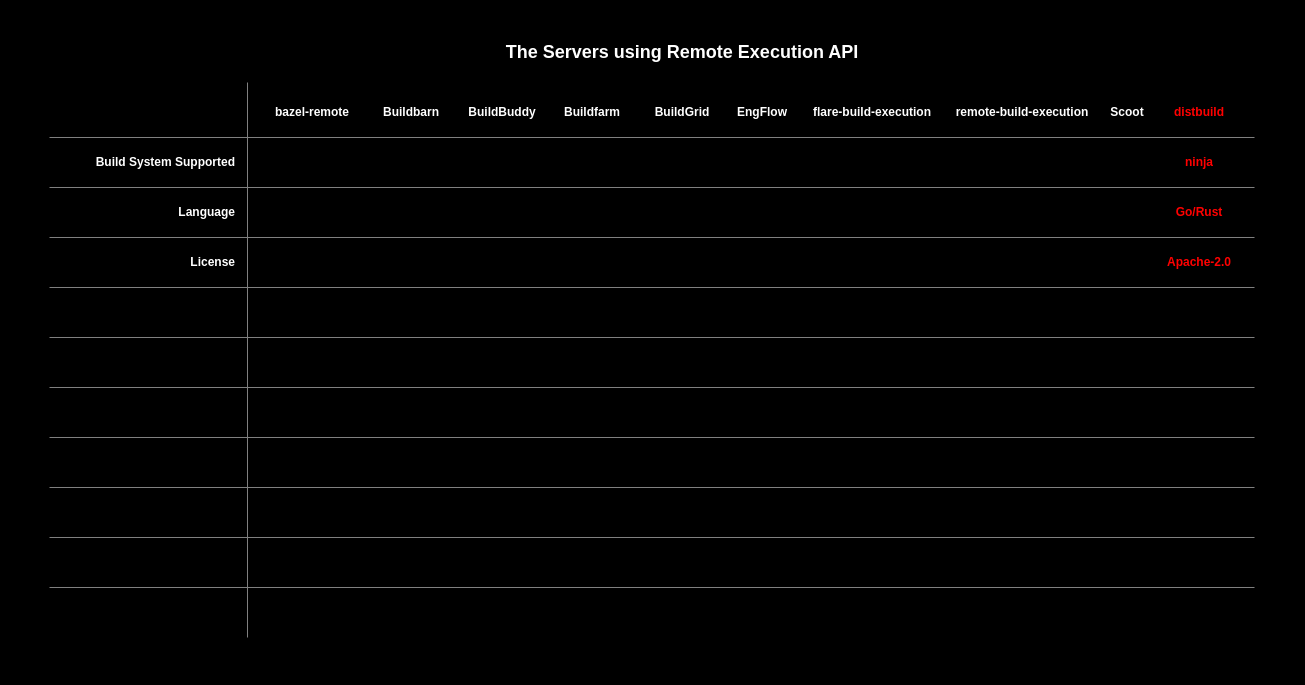
Earlier version of the draw.io diagram static/overview/benchmark/features/servers.drawio (distbuild/distbuild.github.io). Source tidied: cells renumbered, new cells numbered last; positions are measured from the earlier drawing's top-left corner, leaving out a move shared by most shapes. Both pictures are drawn from the tidied source at 100%, with x=0, y=0 at pixel (17, 17).
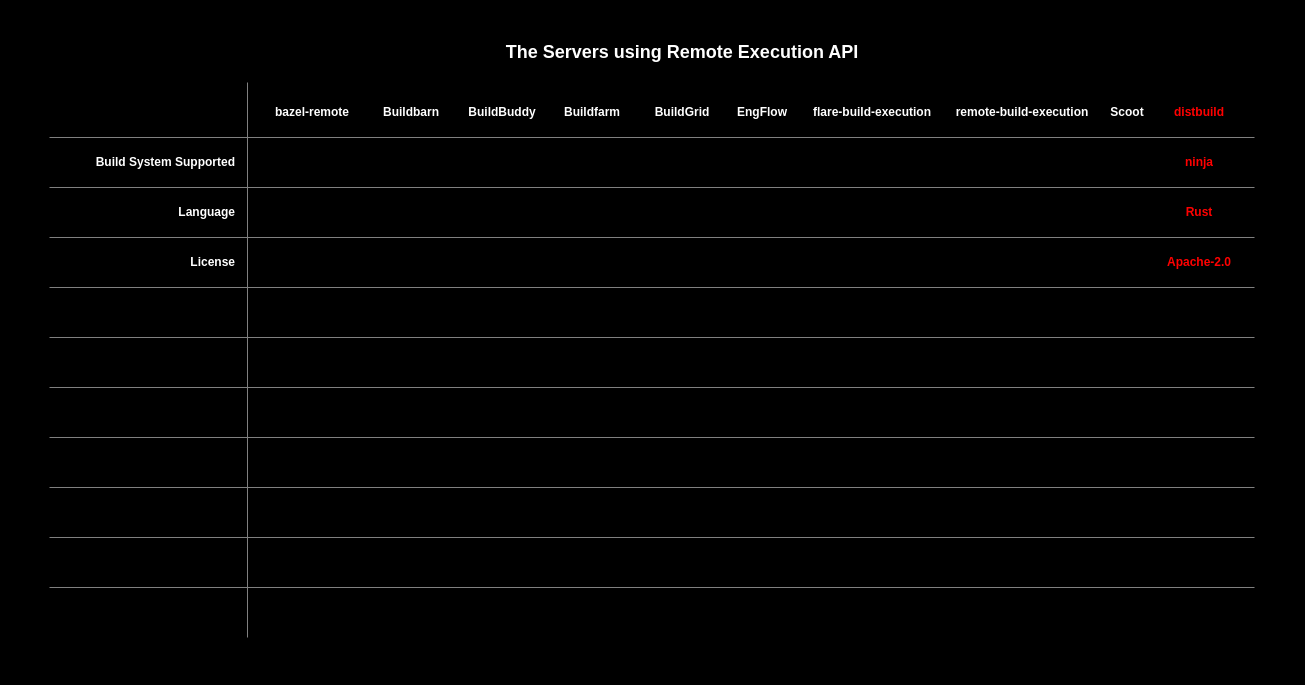
The same page after the edit.

The edit, as a diff of the source:
```diff
@@
-    <mxCell id="12" value="&lt;div style=&quot;line-height: 19px&quot;&gt;&lt;font style=&quot;background-color: rgb(0 , 0 , 0) ; font-size: 12px&quot; color=&quot;#ff0000&quot;&gt;&lt;b&gt;Go/Rust&lt;/b&gt;&lt;/font&gt;&lt;/div&gt;" style="text;html=1;strokeColor=none;fillColor=none;align=center;verticalAlign=middle;whiteSpace=wrap;rounded=0;" parent="1" vertex="1">
+    <mxCell id="12" value="&lt;div style=&quot;line-height: 19px&quot;&gt;&lt;font style=&quot;background-color: rgb(0 , 0 , 0) ; font-size: 12px&quot; color=&quot;#ff0000&quot;&gt;&lt;b&gt;Rust&lt;/b&gt;&lt;/font&gt;&lt;/div&gt;" style="text;html=1;strokeColor=none;fillColor=none;align=center;verticalAlign=middle;whiteSpace=wrap;rounded=0;" parent="1" vertex="1">
       <mxGeometry x="1127" y="180" width="110" height="30" as="geometry" />
     </mxCell>
```
